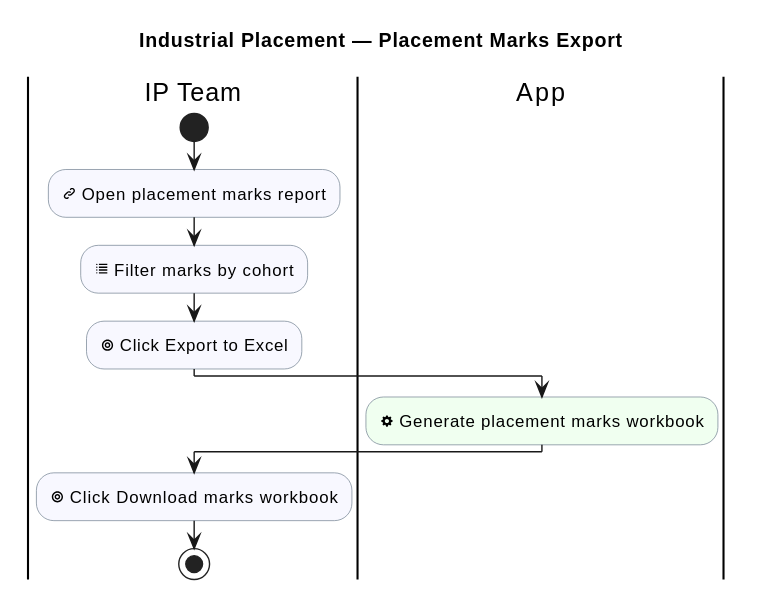
The PlantUML diagram industrial-placement-group-project/diagrams/industrial-placement/placement-marks-export.svg in sdflkjssl/sdflkjssl.github.io, before a commit.
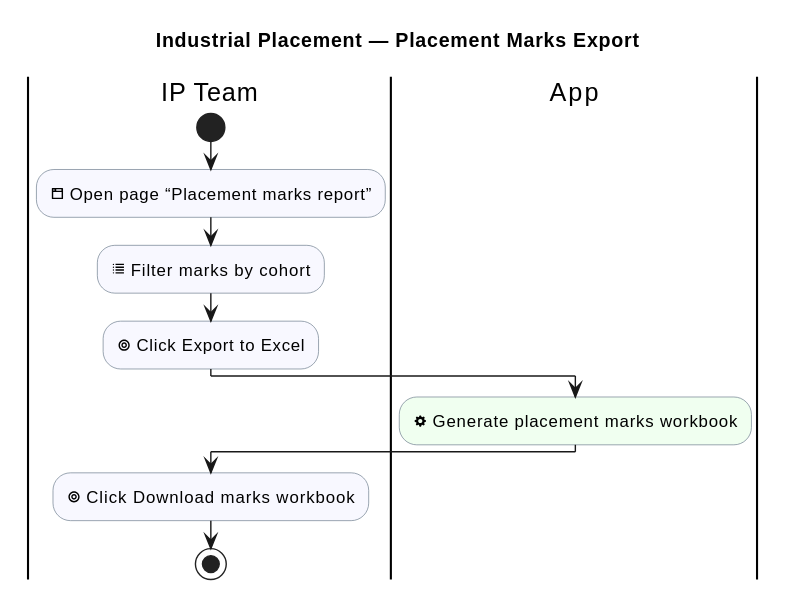
The same file after the commit.

What changed in the source:
```diff
@@ -12,7 +12,7 @@
 
 |IP Team|
 start
-:<&link-intact> Open placement marks report; <<#GhostWhite>>
+:<&browser> Open page “Placement marks report”; <<#GhostWhite>>
 :<&list> Filter marks by cohort; <<#GhostWhite>>
 :<&target> Click Export to Excel; <<#GhostWhite>>
 |App|
```
